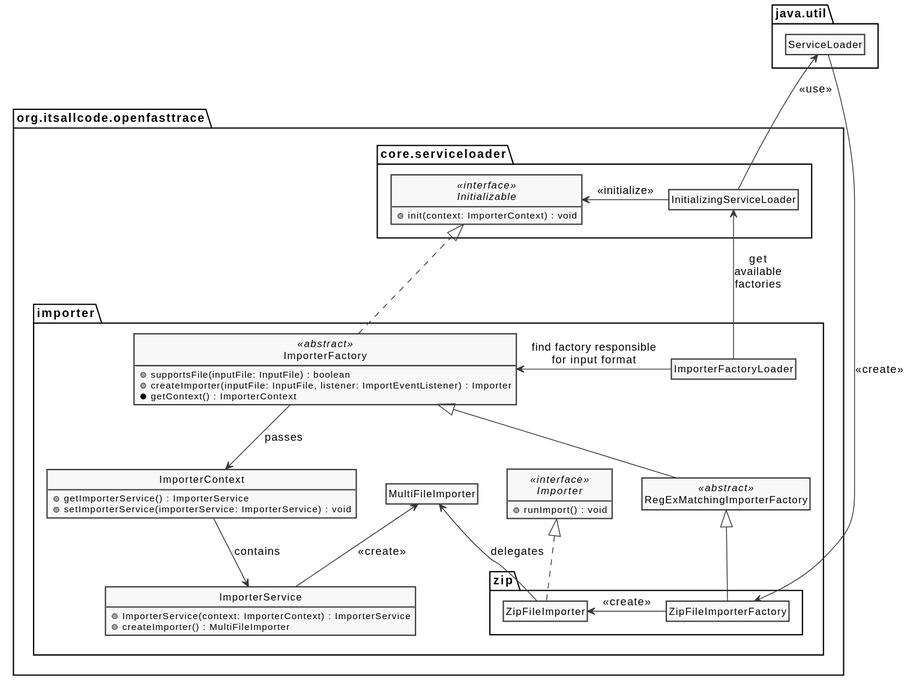
Earlier version of the PlantUML export doc/images/uml/class/cl_importer_overview.svg (itsallcode/openfasttrace). Source of this version:
```plantuml
@startuml
!include ../clean.skin

package java.util {
    class ServiceLoader {
    }
}

package org.itsallcode.openfasttrace {

    package importer {

        class ImporterFactoryLoader {
        }

        class MultiFileImporter {
        }

        interface Importer <<interface>> {
            + runImport() : void
        }

        class ImporterFactory <<abstract>> {
            + supportsFile(inputFile: InputFile) : boolean
            + createImporter(inputFile: InputFile, listener: ImportEventListener) : Importer
            * getContext() : ImporterContext
        }

        class ImporterService {
            + ImporterService(context: ImporterContext) : ImporterService
            + createImporter() : MultiFileImporter
        }

        class RegExMatchingImporterFactory <<abstract>> {
        }

        class ImporterContext {
            + getImporterService() : ImporterService
            + setImporterService(importerService: ImporterService) : void
        }

        package zip {
            class ZipFileImporter {
            }

            class ZipFileImporterFactory {
            }

            ZipFileImporterFactory -left-> ZipFileImporter : <<create>>
        }

        RegExMatchingImporterFactory -up-|> ImporterFactory
        ZipFileImporterFactory -up-|> RegExMatchingImporterFactory
        ImporterContext -down-> ImporterService : contains
        ImporterService -up-> MultiFileImporter : <<create>>
        ZipFileImporter -up-> MultiFileImporter : delegates
        ZipFileImporter .up.|> Importer
        ImporterFactory -down-> ImporterContext : passes
    }


    package core.serviceloader {
        class InitializingServiceLoader {
        }

        interface Initializable <<interface>> {
            + init(context: ImporterContext) : void
        }
        InitializingServiceLoader -left-> Initializable : <<initialize>>
    }

    ImporterFactory .right.|> Initializable
    ImporterFactoryLoader -up-> InitializingServiceLoader : get\navailable\nfactories
    ImporterFactoryLoader -left-> ImporterFactory : find factory responsible\nfor input format
}

ServiceLoader -down-> ZipFileImporterFactory : <<create>>
InitializingServiceLoader -up-> ServiceLoader : <<use>>

@enduml
```
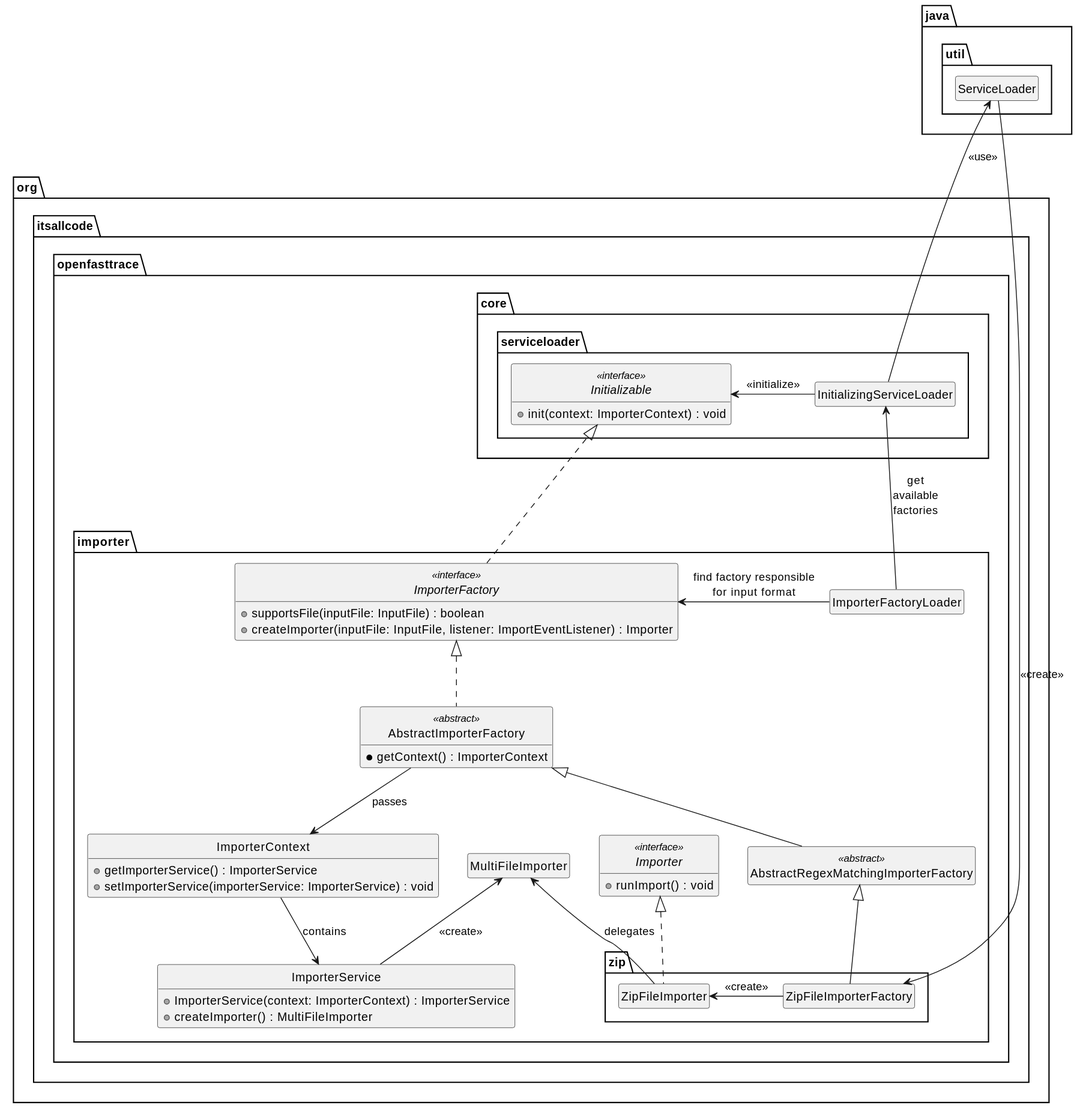
The same diagram one commit later.

Change to the diagram source:
```diff
@@ -20,9 +20,12 @@
             + runImport() : void
         }
 
-        class ImporterFactory <<abstract>> {
+        interface ImporterFactory <<interface>> {
             + supportsFile(inputFile: InputFile) : boolean
             + createImporter(inputFile: InputFile, listener: ImportEventListener) : Importer
+        }
+
+        class AbstractImporterFactory <<abstract>> {
             * getContext() : ImporterContext
         }
 
@@ -31,7 +34,7 @@
             + createImporter() : MultiFileImporter
         }
 
-        class RegExMatchingImporterFactory <<abstract>> {
+        class AbstractRegexMatchingImporterFactory <<abstract>> {
         }
 
         class ImporterContext {
@@ -49,13 +52,14 @@
             ZipFileImporterFactory -left-> ZipFileImporter : <<create>>
         }
 
-        RegExMatchingImporterFactory -up-|> ImporterFactory
-        ZipFileImporterFactory -up-|> RegExMatchingImporterFactory
+        AbstractImporterFactory .up.|> ImporterFactory
+        AbstractRegexMatchingImporterFactory -up-|> AbstractImporterFactory
+        ZipFileImporterFactory -up-|> AbstractRegexMatchingImporterFactory
         ImporterContext -down-> ImporterService : contains
         ImporterService -up-> MultiFileImporter : <<create>>
         ZipFileImporter -up-> MultiFileImporter : delegates
         ZipFileImporter .up.|> Importer
-        ImporterFactory -down-> ImporterContext : passes
+        AbstractImporterFactory -down-> ImporterContext : passes
     }
 
 
@@ -76,5 +80,4 @@
 
 ServiceLoader -down-> ZipFileImporterFactory : <<create>>
 InitializingServiceLoader -up-> ServiceLoader : <<use>>
-
 @enduml
```
